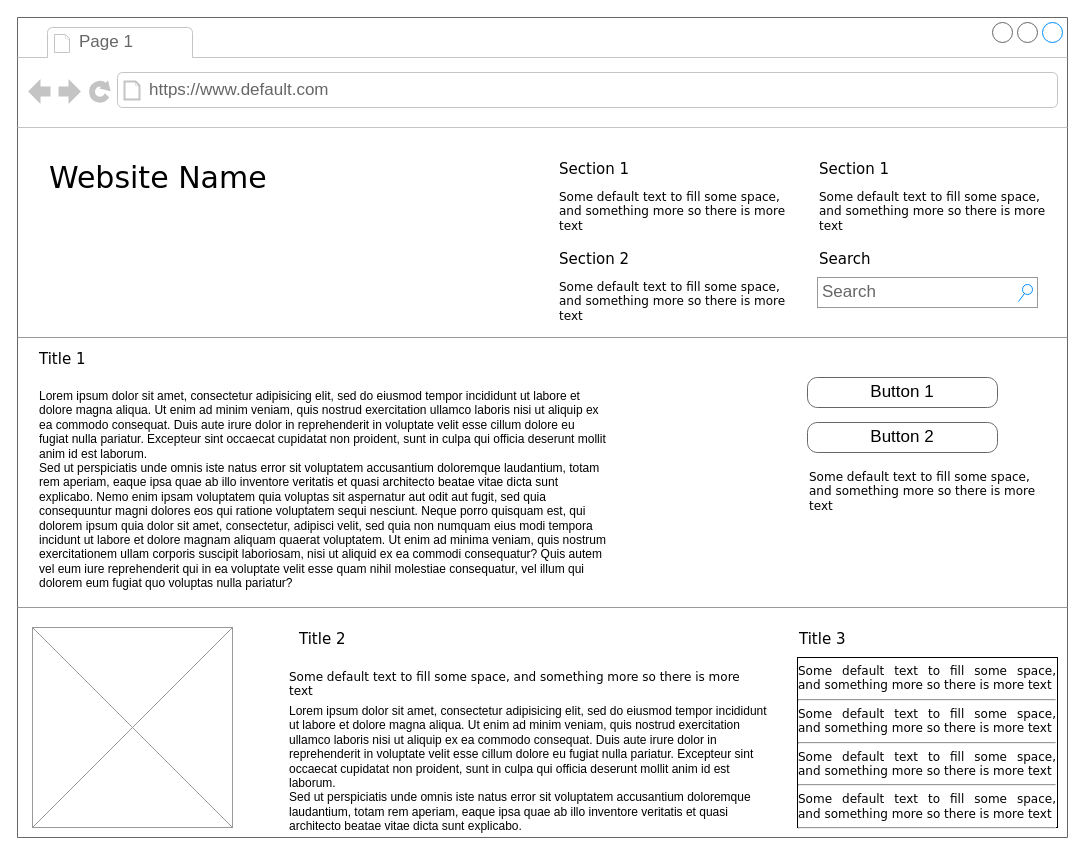
Before: mockup1.drawio in josura/HCI, a draw.io diagram. Source tidied: cells renumbered, new cells numbered last; positions are measured from the earlier drawing's top-left corner, leaving out a move shared by most shapes. Both pictures are drawn from the tidied source at 100%, with x=0, y=0 at pixel (17, 17).
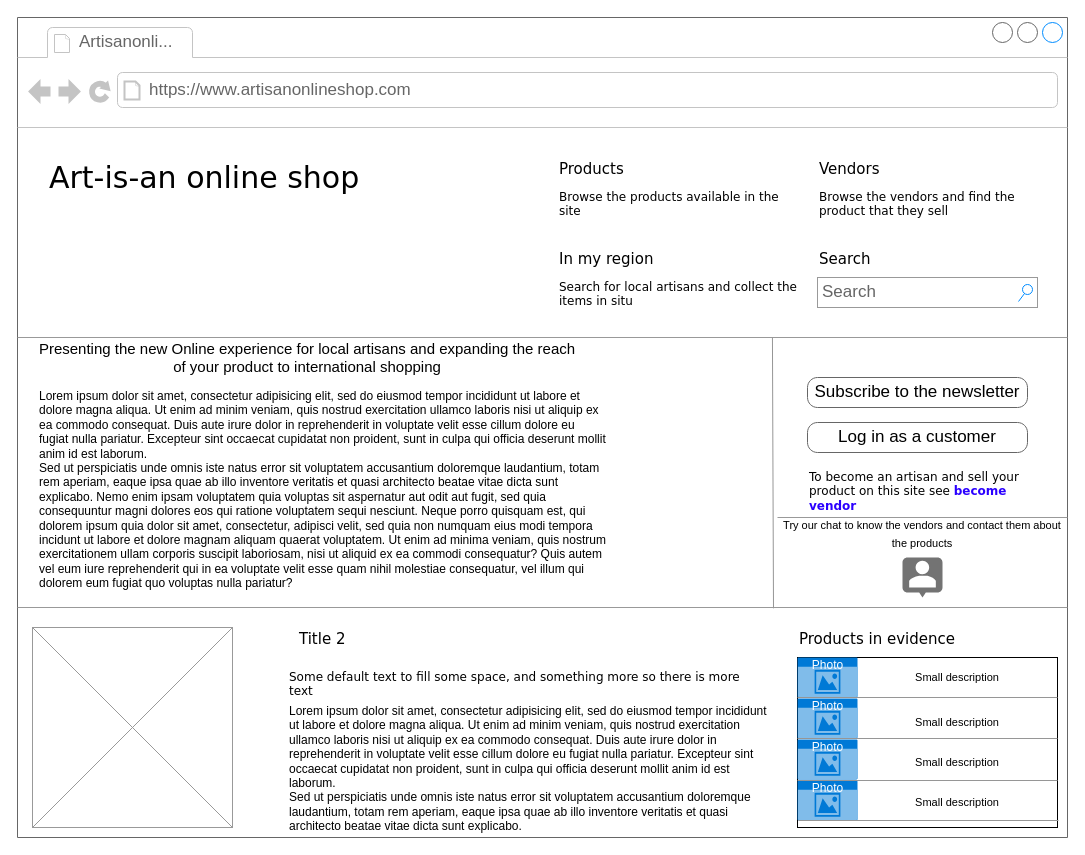
Above is the later version.

Unchanged cells that the change refers to:
```xml
<mxCell id="2" style="strokeWidth=1;shadow=0;dashed=0;align=center;html=1;shape=mxgraph.mockup.containers.browserWindow;rSize=0;strokeColor=#666666;mainText=,;rounded=0;labelBackgroundColor=none;fontFamily=Verdana;fontSize=12;" parent="1" vertex="1">
  <mxGeometry width="1050" height="820" as="geometry" />
</mxCell>
<mxCell id="14" style="verticalLabelPosition=bottom;shadow=0;dashed=0;align=center;html=1;verticalAlign=top;strokeWidth=1;shape=mxgraph.mockup.markup.line;strokeColor=#999999;rounded=0;labelBackgroundColor=none;fillColor=#ffffff;fontFamily=Verdana;fontSize=12;fontColor=#000000;" parent="2" vertex="1">
  <mxGeometry y="310" width="1050" height="20" as="geometry" />
</mxCell>
<mxCell id="20" style="verticalLabelPosition=bottom;shadow=0;dashed=0;align=center;html=1;verticalAlign=top;strokeWidth=1;shape=mxgraph.mockup.markup.line;strokeColor=#999999;rounded=0;labelBackgroundColor=none;fillColor=#ffffff;fontFamily=Verdana;fontSize=12;fontColor=#000000;" parent="2" vertex="1">
  <mxGeometry y="580" width="1050" height="20" as="geometry" />
</mxCell>
```

Diff of the diagram source:
```diff
@@
+    <mxCell id="24" style="whiteSpace=wrap;html=1;rounded=0;shadow=0;labelBackgroundColor=none;strokeWidth=1;fontFamily=Verdana;fontSize=12;align=center;verticalAlign=top;" parent="2" vertex="1">
+      <mxGeometry x="780" y="640" width="260" height="170" as="geometry" />
+    </mxCell>
-    <mxCell id="3" value="Page 1" style="strokeWidth=1;shadow=0;dashed=0;align=center;html=1;shape=mxgraph.mockup.containers.anchor;fontSize=17;fontColor=#666666;align=left;" parent="2" vertex="1">
+    <mxCell id="3" value="Artisanonli..." style="strokeWidth=1;shadow=0;dashed=0;align=center;html=1;shape=mxgraph.mockup.containers.anchor;fontSize=17;fontColor=#666666;align=left;" parent="2" vertex="1">
       <mxGeometry x="60" y="12" width="110" height="26" as="geometry" />
     </mxCell>
-    <mxCell id="4" value="https://www.default.com" style="strokeWidth=1;shadow=0;dashed=0;align=center;html=1;shape=mxgraph.mockup.containers.anchor;rSize=0;fontSize=17;fontColor=#666666;align=left;" parent="2" vertex="1">
+    <mxCell id="4" value="https://www.artisanonlineshop.com" style="strokeWidth=1;shadow=0;dashed=0;align=center;html=1;shape=mxgraph.mockup.containers.anchor;rSize=0;fontSize=17;fontColor=#666666;align=left;" parent="2" vertex="1">
       <mxGeometry x="130" y="60" width="250" height="26" as="geometry" />
     </mxCell>
-    <mxCell id="5" value="Website Name" style="text;html=1;align=left;verticalAlign=top;spacingTop=-4;fontSize=30;fontFamily=Verdana;" parent="2" vertex="1">
+    <mxCell id="5" value="Art-is-an online shop" style="text;html=1;align=left;verticalAlign=top;spacingTop=-4;fontSize=30;fontFamily=Verdana;" parent="2" vertex="1">
       <mxGeometry x="30" y="140" width="340" height="50" as="geometry" />
     </mxCell>
-    <mxCell id="6" value="Section 1" style="text;html=1;align=left;verticalAlign=top;spacingTop=-4;fontSize=15;fontFamily=Verdana;" parent="2" vertex="1">
+    <mxCell id="6" value="Products" style="text;html=1;align=left;verticalAlign=top;spacingTop=-4;fontSize=15;fontFamily=Verdana;" parent="2" vertex="1">
       <mxGeometry x="540" y="140" width="170" height="30" as="geometry" />
     </mxCell>
-    <mxCell id="7" value="Some default text to fill some space, and&amp;nbsp;&lt;span&gt;something more so there is more text&lt;/span&gt;" style="text;html=1;align=left;verticalAlign=top;spacingTop=-4;fontSize=12;fontFamily=Verdana;whiteSpace=wrap;" parent="2" vertex="1">
+    <mxCell id="7" value="Browse the products available in the site" style="text;html=1;align=left;verticalAlign=top;spacingTop=-4;fontSize=12;fontFamily=Verdana;whiteSpace=wrap;" parent="2" vertex="1">
       <mxGeometry x="540" y="170" width="240" height="40" as="geometry" />
     </mxCell>
-    <mxCell id="8" value="Section 2" style="text;html=1;align=left;verticalAlign=top;spacingTop=-4;fontSize=15;fontFamily=Verdana;" parent="2" vertex="1">
+    <mxCell id="8" value="In my region" style="text;html=1;align=left;verticalAlign=top;spacingTop=-4;fontSize=15;fontFamily=Verdana;" parent="2" vertex="1">
       <mxGeometry x="540" y="230" width="170" height="30" as="geometry" />
     </mxCell>
-    <mxCell id="9" value="Some default text to fill some space, and&amp;nbsp;&lt;span&gt;something more so there is more text&lt;/span&gt;" style="text;html=1;align=left;verticalAlign=top;spacingTop=-4;fontSize=12;fontFamily=Verdana;whiteSpace=wrap;" parent="2" vertex="1">
+    <mxCell id="9" value="Search for local artisans and collect the items in situ" style="text;html=1;align=left;verticalAlign=top;spacingTop=-4;fontSize=12;fontFamily=Verdana;whiteSpace=wrap;" parent="2" vertex="1">
       <mxGeometry x="540" y="260" width="240" height="40" as="geometry" />
     </mxCell>
-    <mxCell id="10" value="Section 1" style="text;html=1;align=left;verticalAlign=top;spacingTop=-4;fontSize=15;fontFamily=Verdana;" parent="2" vertex="1">
+    <mxCell id="10" value="Vendors" style="text;html=1;align=left;verticalAlign=top;spacingTop=-4;fontSize=15;fontFamily=Verdana;" parent="2" vertex="1">
       <mxGeometry x="800" y="140" width="170" height="30" as="geometry" />
     </mxCell>
-    <mxCell id="11" value="Some default text to fill some space, and&amp;nbsp;&lt;span&gt;something more so there is more text&lt;/span&gt;" style="text;html=1;align=left;verticalAlign=top;spacingTop=-4;fontSize=12;fontFamily=Verdana;whiteSpace=wrap;" parent="2" vertex="1">
+    <mxCell id="11" value="Browse the vendors and find the product that they sell" style="text;html=1;align=left;verticalAlign=top;spacingTop=-4;fontSize=12;fontFamily=Verdana;whiteSpace=wrap;" parent="2" vertex="1">
       <mxGeometry x="800" y="170" width="240" height="40" as="geometry" />
     </mxCell>
@@
-    <mxCell id="15" value="Title 1" style="text;html=1;align=left;verticalAlign=top;spacingTop=-4;fontSize=15;fontFamily=Verdana;" parent="2" vertex="1">
-      <mxGeometry x="20" y="330" width="170" height="30" as="geometry" />
-    </mxCell>
@@
-    <mxCell id="17" value="Button 1" style="strokeWidth=1;shadow=0;dashed=0;align=center;html=1;shape=mxgraph.mockup.buttons.button;strokeColor=#666666;mainText=;buttonStyle=round;fontSize=17;fontStyle=0;fillColor=none;whiteSpace=wrap;rounded=0;labelBackgroundColor=none;" parent="2" vertex="1">
-      <mxGeometry x="790" y="360" width="190" height="30" as="geometry" />
+    <mxCell id="17" value="Subscribe to the newsletter" style="strokeWidth=1;shadow=0;dashed=0;align=center;html=1;shape=mxgraph.mockup.buttons.button;strokeColor=#666666;mainText=;buttonStyle=round;fontSize=17;fontStyle=0;fillColor=none;whiteSpace=wrap;rounded=0;labelBackgroundColor=none;" parent="2" vertex="1">
+      <mxGeometry x="790" y="360" width="220" height="30" as="geometry" />
     </mxCell>
-    <mxCell id="18" value="Button 2" style="strokeWidth=1;shadow=0;dashed=0;align=center;html=1;shape=mxgraph.mockup.buttons.button;strokeColor=#666666;mainText=;buttonStyle=round;fontSize=17;fontStyle=0;fillColor=none;whiteSpace=wrap;rounded=0;labelBackgroundColor=none;" parent="2" vertex="1">
-      <mxGeometry x="790" y="405" width="190" height="30" as="geometry" />
+    <mxCell id="18" value="Log in as a customer" style="strokeWidth=1;shadow=0;dashed=0;align=center;html=1;shape=mxgraph.mockup.buttons.button;strokeColor=#666666;mainText=;buttonStyle=round;fontSize=17;fontStyle=0;fillColor=none;whiteSpace=wrap;rounded=0;labelBackgroundColor=none;" parent="2" vertex="1">
+      <mxGeometry x="790" y="405" width="220" height="30" as="geometry" />
     </mxCell>
-    <mxCell id="19" value="Some default text to fill some space, and&amp;nbsp;&lt;span&gt;something more so there is more text&lt;/span&gt;" style="text;html=1;align=left;verticalAlign=top;spacingTop=-4;fontSize=12;fontFamily=Verdana;whiteSpace=wrap;" parent="2" vertex="1">
+    <mxCell id="19" value="To become an artisan and sell your product on this site see &lt;b&gt;&lt;font color=&quot;#2b00ff&quot;&gt;become vendor&lt;/font&gt;&lt;/b&gt;" style="text;html=1;align=left;verticalAlign=top;spacingTop=-4;fontSize=12;fontFamily=Verdana;whiteSpace=wrap;" parent="2" vertex="1">
       <mxGeometry x="790" y="450" width="240" height="40" as="geometry" />
     </mxCell>
@@
-    <mxCell id="23" value="Title 3" style="text;html=1;align=left;verticalAlign=top;spacingTop=-4;fontSize=15;fontFamily=Verdana;" parent="2" vertex="1">
+    <mxCell id="23" value="Products in evidence" style="text;html=1;align=left;verticalAlign=top;spacingTop=-4;fontSize=15;fontFamily=Verdana;" parent="2" vertex="1">
       <mxGeometry x="780" y="610" width="170" height="30" as="geometry" />
     </mxCell>
-    <mxCell id="24" value="&lt;div style=&quot;text-align: justify&quot;&gt;&lt;span&gt;Some default text to fill some space, and&amp;nbsp;&lt;/span&gt;&lt;span&gt;something more so there is more text&lt;/span&gt;&lt;/div&gt;&lt;div style=&quot;text-align: justify&quot;&gt;&lt;hr id=&quot;null&quot; style=&quot;text-align: justify&quot;&gt;&lt;span&gt;&lt;div style=&quot;text-align: justify&quot;&gt;&lt;span&gt;Some default text to fill some space, and&amp;nbsp;&lt;/span&gt;&lt;span&gt;something more so there is more text&lt;/span&gt;&lt;/div&gt;&lt;/span&gt;&lt;/div&gt;&lt;hr id=&quot;null&quot; style=&quot;text-align: justify&quot;&gt;&lt;span&gt;&lt;div style=&quot;text-align: justify&quot;&gt;&lt;span&gt;Some default text to fill some space, and&amp;nbsp;&lt;/span&gt;&lt;span&gt;something more so there is more text&lt;/span&gt;&lt;/div&gt;&lt;/span&gt;&lt;hr id=&quot;null&quot; style=&quot;text-align: justify&quot;&gt;&lt;span&gt;&lt;div style=&quot;text-align: justify&quot;&gt;&lt;span&gt;Some default text to fill some space, and&amp;nbsp;&lt;/span&gt;&lt;span&gt;something more so there is more text&lt;/span&gt;&lt;/div&gt;&lt;/span&gt;&lt;hr id=&quot;null&quot; style=&quot;text-align: left&quot;&gt;" style="whiteSpace=wrap;html=1;rounded=0;shadow=0;labelBackgroundColor=none;strokeWidth=1;fontFamily=Verdana;fontSize=12;align=center;verticalAlign=top;" parent="2" vertex="1">
-      <mxGeometry x="780" y="640" width="260" height="170" as="geometry" />
-    </mxCell>
@@
+    <mxCell id="27" value="&lt;font style=&quot;font-size: 15px;&quot; color=&quot;#000000&quot;&gt;Presenting the new Online experience for local artisans and expanding the reach of your product to international shopping&lt;/font&gt;" style="text;html=1;strokeColor=none;fillColor=none;align=center;verticalAlign=middle;whiteSpace=wrap;rounded=0;fontColor=#2B00FF;" parent="2" vertex="1">
+      <mxGeometry x="20" y="320" width="540" height="40" as="geometry" />
+    </mxCell>
+    <mxCell id="28" style="endArrow=none;html=1;rounded=0;fontSize=15;fontColor=#000000;exitX=0.719;exitY=0.52;exitDx=0;exitDy=0;exitPerimeter=0;entryX=0.72;entryY=0.54;entryDx=0;entryDy=0;entryPerimeter=0;strokeColor=#969696;" parent="2" edge="1" source="14" target="20">
+      <mxGeometry relative="1" as="geometry" />
+    </mxCell>
+    <mxCell id="29" style="verticalLabelPosition=bottom;shadow=0;dashed=0;align=center;html=1;verticalAlign=top;strokeWidth=1;shape=mxgraph.mockup.markup.line;strokeColor=#999999;rounded=0;labelBackgroundColor=none;fillColor=#ffffff;fontFamily=Verdana;fontSize=12;fontColor=#000000;" parent="2" vertex="1">
+      <mxGeometry x="760" y="490" width="290" height="20" as="geometry" />
+    </mxCell>
+    <mxCell id="30" value="&lt;font style=&quot;font-size: 11px;&quot;&gt;Try our chat to know the vendors and contact them about the products&lt;/font&gt;" style="text;html=1;strokeColor=none;fillColor=none;align=center;verticalAlign=middle;whiteSpace=wrap;rounded=0;fontSize=15;fontColor=#000000;" parent="2" vertex="1">
+      <mxGeometry x="760" y="500" width="290" height="30" as="geometry" />
+    </mxCell>
+    <mxCell id="31" style="dashed=0;verticalLabelPosition=bottom;verticalAlign=top;align=center;shape=mxgraph.gmdl.chat;strokeColor=none;fillColor=#737373;shadow=0;sketch=0;fontSize=11;fontColor=#000000;" parent="2" vertex="1">
+      <mxGeometry x="885" y="540" width="40" height="40" as="geometry" />
+    </mxCell>
+    <mxCell id="32" value="Photo" style="html=1;strokeColor=none;fillColor=#0079D6;labelPosition=center;verticalLabelPosition=middle;verticalAlign=top;align=center;fontSize=12;spacingTop=-6;fontColor=#FFFFFF;sketch=0;shape=mxgraph.sitemap.photo;" parent="2" vertex="1">
+      <mxGeometry x="780" y="640" width="60" height="40" as="geometry" />
+    </mxCell>
+    <mxCell id="33" value="Small description" style="text;html=1;strokeColor=none;fillColor=none;align=center;verticalAlign=middle;whiteSpace=wrap;rounded=0;fontSize=11;fontColor=#000000;" parent="2" vertex="1">
+      <mxGeometry x="850" y="645" width="180" height="30" as="geometry" />
+    </mxCell>
+    <mxCell id="34" value="Small description" style="text;html=1;strokeColor=none;fillColor=none;align=center;verticalAlign=middle;whiteSpace=wrap;rounded=0;fontSize=11;fontColor=#000000;" parent="2" vertex="1">
+      <mxGeometry x="850" y="770" width="180" height="30" as="geometry" />
+    </mxCell>
+    <mxCell id="35" value="Small description" style="text;html=1;strokeColor=none;fillColor=none;align=center;verticalAlign=middle;whiteSpace=wrap;rounded=0;fontSize=11;fontColor=#000000;" parent="2" vertex="1">
+      <mxGeometry x="850" y="730" width="180" height="30" as="geometry" />
+    </mxCell>
+    <mxCell id="36" value="Small description" style="text;html=1;strokeColor=none;fillColor=none;align=center;verticalAlign=middle;whiteSpace=wrap;rounded=0;fontSize=11;fontColor=#000000;" parent="2" vertex="1">
+      <mxGeometry x="850" y="690" width="180" height="30" as="geometry" />
+    </mxCell>
@@
+    <mxCell id="37" value="Photo" style="html=1;strokeColor=none;fillColor=#0079D6;labelPosition=center;verticalLabelPosition=middle;verticalAlign=top;align=center;fontSize=12;spacingTop=-6;fontColor=#FFFFFF;sketch=0;shape=mxgraph.sitemap.photo;" parent="1" vertex="1">
+      <mxGeometry x="780" y="681" width="60" height="40" as="geometry" />
+    </mxCell>
+    <mxCell id="38" value="Photo" style="html=1;strokeColor=none;fillColor=#0079D6;labelPosition=center;verticalLabelPosition=middle;verticalAlign=top;align=center;fontSize=12;spacingTop=-6;fontColor=#FFFFFF;sketch=0;shape=mxgraph.sitemap.photo;" parent="1" vertex="1">
+      <mxGeometry x="780" y="722" width="60" height="40" as="geometry" />
+    </mxCell>
+    <mxCell id="39" value="Photo" style="html=1;strokeColor=none;fillColor=#0079D6;labelPosition=center;verticalLabelPosition=middle;verticalAlign=top;align=center;fontSize=12;spacingTop=-6;fontColor=#FFFFFF;sketch=0;shape=mxgraph.sitemap.photo;" parent="1" vertex="1">
+      <mxGeometry x="780" y="763" width="60" height="40" as="geometry" />
+    </mxCell>
+    <mxCell id="40" style="endArrow=none;html=1;rounded=0;strokeColor=#969696;fontSize=11;fontColor=#000000;" parent="1" edge="1">
+      <mxGeometry relative="1" as="geometry">
+        <mxPoint x="780" y="680" as="sourcePoint" />
+        <mxPoint x="1040" y="680" as="targetPoint" />
+      </mxGeometry>
+    </mxCell>
+    <mxCell id="41" style="endArrow=none;html=1;rounded=0;strokeColor=#969696;fontSize=11;fontColor=#000000;" parent="1" edge="1">
+      <mxGeometry relative="1" as="geometry">
+        <mxPoint x="780" y="721" as="sourcePoint" />
+        <mxPoint x="1040" y="721" as="targetPoint" />
+      </mxGeometry>
+    </mxCell>
+    <mxCell id="42" style="endArrow=none;html=1;rounded=0;strokeColor=#969696;fontSize=11;fontColor=#000000;" parent="1" edge="1">
+      <mxGeometry relative="1" as="geometry">
+        <mxPoint x="780" y="763" as="sourcePoint" />
+        <mxPoint x="1040" y="763" as="targetPoint" />
+      </mxGeometry>
+    </mxCell>
+    <mxCell id="43" style="endArrow=none;html=1;rounded=0;strokeColor=#969696;fontSize=11;fontColor=#000000;" parent="1" edge="1">
+      <mxGeometry relative="1" as="geometry">
+        <mxPoint x="781" y="803" as="sourcePoint" />
+        <mxPoint x="1041" y="803" as="targetPoint" />
+      </mxGeometry>
+    </mxCell>
```
